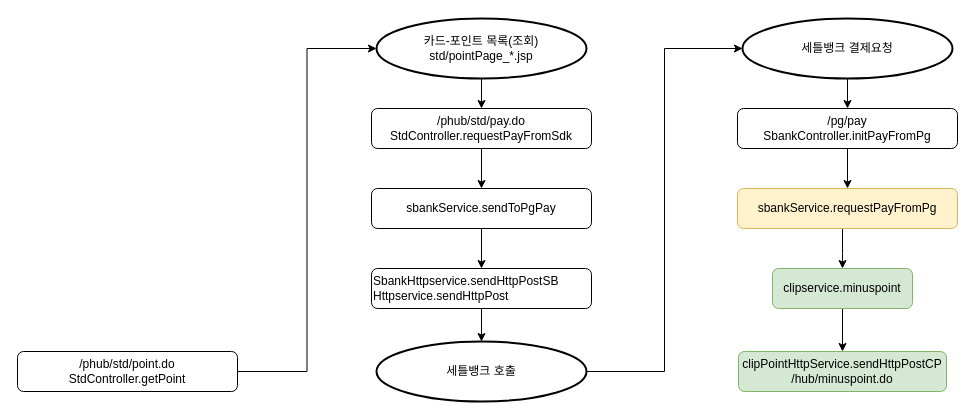
latemorning/sichuan keeps this draw.io diagram as pointHub_PA.drawio. Above is the earlier version. Source tidied: cells renumbered, new cells numbered last; positions are measured from the earlier drawing's top-left corner, leaving out a move shared by most shapes. Both pictures are drawn from the tidied source at 100%, with x=0, y=0 at pixel (17, 18).
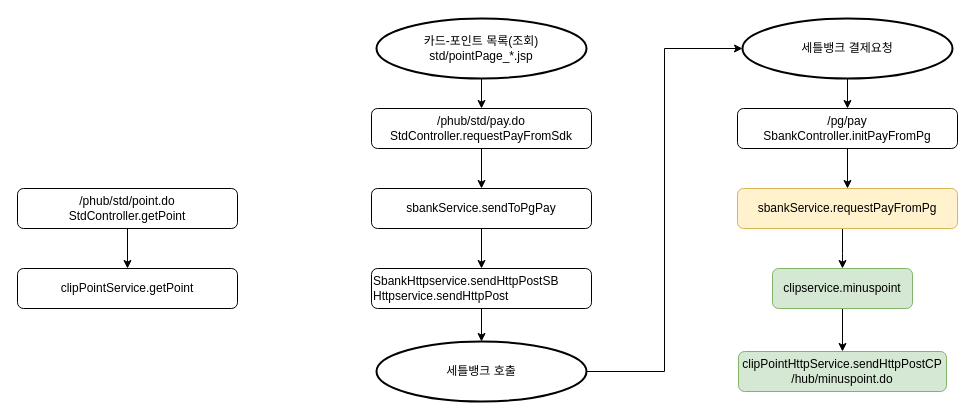
The same page after the edit.

The change refers to these unchanged cells:
```xml
<mxCell id="12" value="&lt;span style=&quot;white-space: normal&quot;&gt;카드-포인트 목록(조회)&lt;br&gt;std/pointPage_*.jsp&lt;br&gt;&lt;/span&gt;" style="strokeWidth=2;html=1;shape=mxgraph.flowchart.start_1;whiteSpace=wrap;fontSize=12;align=center;" parent="1" vertex="1">
  <mxGeometry x="359" width="210" height="60" as="geometry" />
</mxCell>
```

Change to the diagram source:
```diff
@@
-    <mxCell id="21" style="edgeStyle=orthogonalEdgeStyle;rounded=0;jettySize=auto;html=1;entryX=0;entryY=0.5;entryDx=0;entryDy=0;entryPerimeter=0;" parent="1" edge="1" source="22" target="12">
-      <mxGeometry relative="1" as="geometry" />
-    </mxCell>
+    <mxCell id="23" style="edgeStyle=orthogonalEdgeStyle;rounded=0;jettySize=auto;html=1;" parent="1" edge="1" source="22" target="24">
+      <mxGeometry relative="1" as="geometry" />
+    </mxCell>
     <mxCell id="22" value="/phub/std/point.do&lt;br&gt;StdController.getPoint" style="rounded=1;whiteSpace=wrap;html=1;fontSize=12;" parent="1" vertex="1">
-      <mxGeometry y="333" width="220" height="40" as="geometry" />
+      <mxGeometry y="170" width="220" height="40" as="geometry" />
     </mxCell>
+    <mxCell id="24" value="clipPointService.getPoint" style="rounded=1;whiteSpace=wrap;html=1;fontSize=12;" parent="1" vertex="1">
+      <mxGeometry y="250" width="220" height="40" as="geometry" />
+    </mxCell>
```
